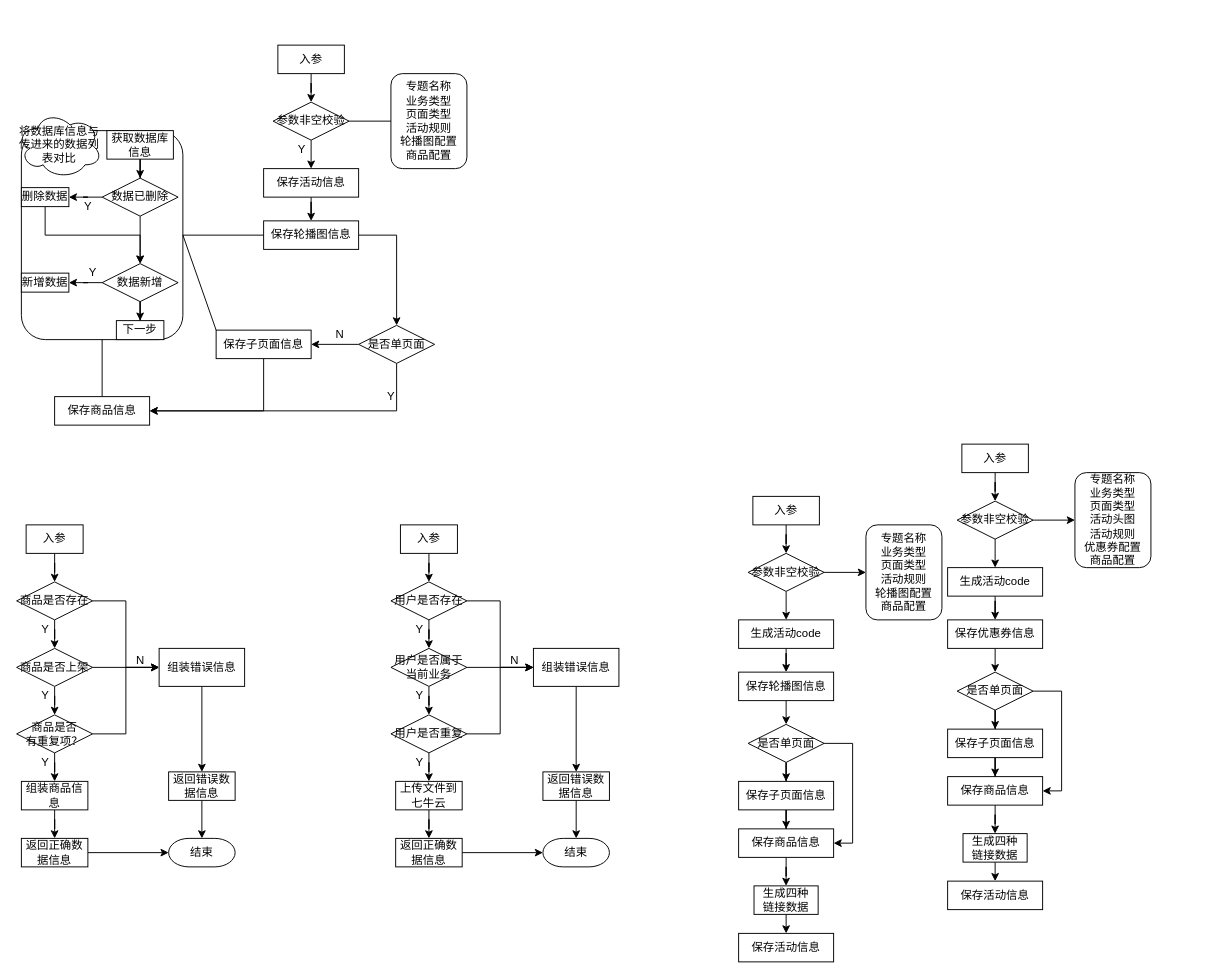
The draw.io diagram activityTheme.drawio in ppp-203/ppp-203, before the edit. Source tidied: cells renumbered, new cells numbered last; positions are measured from the earlier drawing's top-left corner, leaving out a move shared by most shapes. Both pictures are drawn from the tidied source at 95%, with x=0, y=0 at pixel (16, 45).
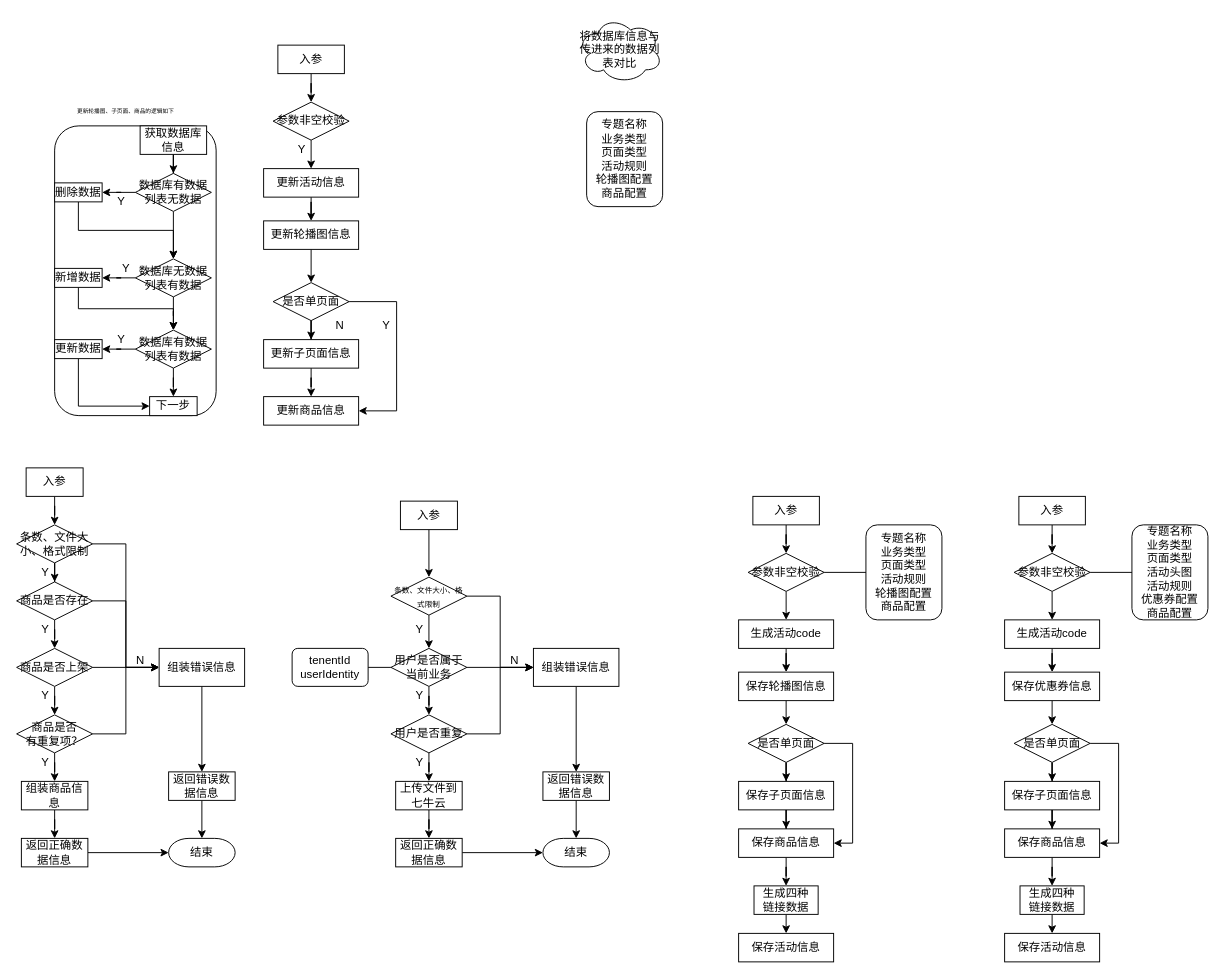
The same diagram, later.

Unchanged cells that the change refers to:
```xml
<mxCell id="3" value="参数非空校验" style="rhombus;whiteSpace=wrap;html=1;strokeWidth=1;" parent="1" vertex="1">
  <mxGeometry x="270" y="60" width="80" height="40" as="geometry" />
</mxCell>
<mxCell id="33" value="商品是否存在" style="rhombus;whiteSpace=wrap;html=1;strokeWidth=1;" parent="1" vertex="1">
  <mxGeometry y="565" width="80" height="40" as="geometry" />
</mxCell>
<mxCell id="46" value="组装错误信息" style="rounded=0;whiteSpace=wrap;html=1;strokeWidth=1;" parent="1" vertex="1">
  <mxGeometry x="150" y="635" width="90" height="40" as="geometry" />
</mxCell>
<mxCell id="56" value="参数非空校验" style="rhombus;whiteSpace=wrap;html=1;strokeWidth=1;" parent="1" vertex="1">
  <mxGeometry x="770" y="535" width="80" height="40" as="geometry" />
</mxCell>
<mxCell id="70" value="专题名称&lt;br&gt;业务类型&lt;br&gt;页面类型&lt;br&gt;活动规则&lt;br&gt;轮播图配置&lt;br&gt;商品配置" style="rounded=1;whiteSpace=wrap;html=1;strokeWidth=1;" parent="1" vertex="1">
  <mxGeometry x="894" y="505" width="80" height="100" as="geometry" />
</mxCell>
<mxCell id="111" value="用户是否属于当前业务" style="rhombus;whiteSpace=wrap;html=1;strokeWidth=1;" parent="1" vertex="1">
  <mxGeometry x="394" y="635" width="80" height="40" as="geometry" />
</mxCell>
<mxCell id="119" value="组装错误信息" style="rounded=0;whiteSpace=wrap;html=1;strokeWidth=1;" parent="1" vertex="1">
  <mxGeometry x="544" y="635" width="90" height="40" as="geometry" />
</mxCell>
```

The edit, as a diff of the source:
```diff
@@
-    <mxCell id="5" value="保存活动信息" style="rounded=0;whiteSpace=wrap;html=1;strokeWidth=1;" parent="1" vertex="1">
+    <mxCell id="5" value="更新活动信息" style="rounded=0;whiteSpace=wrap;html=1;strokeWidth=1;" parent="1" vertex="1">
       <mxGeometry x="260" y="130" width="100" height="30" as="geometry" />
     </mxCell>
-    <mxCell id="6" style="edgeStyle=orthogonalEdgeStyle;rounded=0;jettySize=auto;html=1;entryX=0.5;entryY=0;entryDx=0;entryDy=0;exitX=1;exitY=0.5;exitDx=0;exitDy=0;" parent="1" edge="1" source="7" target="22">
+    <mxCell id="6" style="edgeStyle=orthogonalEdgeStyle;rounded=0;jettySize=auto;html=1;entryX=0.5;entryY=0;entryDx=0;entryDy=0;exitX=0.5;exitY=1;exitDx=0;exitDy=0;" parent="1" edge="1" source="7" target="22">
       <mxGeometry relative="1" as="geometry" />
     </mxCell>
-    <mxCell id="7" value="保存轮播图信息" style="rounded=0;whiteSpace=wrap;html=1;strokeWidth=1;" parent="1" vertex="1">
+    <mxCell id="7" value="更新轮播图信息" style="rounded=0;whiteSpace=wrap;html=1;strokeWidth=1;" parent="1" vertex="1">
       <mxGeometry x="260" y="185" width="100" height="30" as="geometry" />
     </mxCell>
     <mxCell id="8" style="rounded=1;whiteSpace=wrap;html=1;strokeWidth=1;" parent="1" vertex="1">
-      <mxGeometry x="5" y="90" width="170" height="220" as="geometry" />
+      <mxGeometry x="40" y="85" width="170" height="305" as="geometry" />
     </mxCell>
@@
     <mxCell id="10" value="获取数据库信息" style="rounded=0;whiteSpace=wrap;html=1;strokeWidth=1;" parent="1" vertex="1">
-      <mxGeometry x="95" y="90" width="70" height="30" as="geometry" />
+      <mxGeometry x="130" y="85" width="70" height="30" as="geometry" />
     </mxCell>
@@
-    <mxCell id="13" value="数据已删除" style="rhombus;whiteSpace=wrap;html=1;strokeWidth=1;" parent="1" vertex="1">
-      <mxGeometry x="90" y="140" width="80" height="40" as="geometry" />
+    <mxCell id="13" value="数据库有数据&lt;br&gt;列表无数据" style="rhombus;whiteSpace=wrap;html=1;strokeWidth=1;" parent="1" vertex="1">
+      <mxGeometry x="125" y="135" width="80" height="40" as="geometry" />
     </mxCell>
@@
     <mxCell id="15" value="删除数据" style="rounded=0;whiteSpace=wrap;html=1;strokeWidth=1;" parent="1" vertex="1">
-      <mxGeometry x="5" y="150" width="50" height="20" as="geometry" />
+      <mxGeometry x="40" y="145" width="50" height="20" as="geometry" />
     </mxCell>
@@
-    <mxCell id="17" style="edgeStyle=orthogonalEdgeStyle;rounded=0;jettySize=auto;html=1;entryX=0.5;entryY=0;entryDx=0;entryDy=0;" parent="1" edge="1" source="18" target="97">
-      <mxGeometry relative="1" as="geometry" />
-    </mxCell>
+    <mxCell id="128" style="edgeStyle=orthogonalEdgeStyle;rounded=0;jettySize=auto;html=1;fontSize=6;" parent="1" edge="1" source="18" target="144">
+      <mxGeometry relative="1" as="geometry" />
+    </mxCell>
-    <mxCell id="18" value="数据新增" style="rhombus;whiteSpace=wrap;html=1;strokeWidth=1;" parent="1" vertex="1">
-      <mxGeometry x="90" y="230" width="80" height="40" as="geometry" />
+    <mxCell id="18" value="数据库无数据&lt;br&gt;列表有数据" style="rhombus;whiteSpace=wrap;html=1;strokeWidth=1;" parent="1" vertex="1">
+      <mxGeometry x="125" y="225" width="80" height="40" as="geometry" />
     </mxCell>
+    <mxCell id="129" style="edgeStyle=orthogonalEdgeStyle;rounded=0;jettySize=auto;html=1;entryX=0.5;entryY=0;entryDx=0;entryDy=0;fontSize=6;exitX=0.5;exitY=1;exitDx=0;exitDy=0;" parent="1" edge="1" source="19" target="144">
+      <mxGeometry relative="1" as="geometry" />
+    </mxCell>
     <mxCell id="19" value="新增数据" style="rounded=0;whiteSpace=wrap;html=1;strokeWidth=1;" parent="1" vertex="1">
-      <mxGeometry x="5" y="240" width="50" height="20" as="geometry" />
+      <mxGeometry x="40" y="235" width="50" height="20" as="geometry" />
     </mxCell>
-    <mxCell id="20" style="edgeStyle=orthogonalEdgeStyle;rounded=0;jettySize=auto;html=1;entryX=1;entryY=0.5;entryDx=0;entryDy=0;" parent="1" edge="1" source="22" target="23">
+    <mxCell id="20" style="edgeStyle=orthogonalEdgeStyle;rounded=0;jettySize=auto;html=1;exitX=1;exitY=0.5;exitDx=0;exitDy=0;entryX=1;entryY=0.5;entryDx=0;entryDy=0;" parent="1" edge="1" source="22" target="23">
       <mxGeometry relative="1" as="geometry">
         <Array as="points">
+          <mxPoint x="400" y="270" />
           <mxPoint x="400" y="385" />
         </Array>
       </mxGeometry>
     </mxCell>
-    <mxCell id="21" style="edgeStyle=orthogonalEdgeStyle;rounded=0;jettySize=auto;html=1;entryX=1;entryY=0.5;entryDx=0;entryDy=0;" parent="1" edge="1" source="22" target="25">
+    <mxCell id="21" style="edgeStyle=orthogonalEdgeStyle;rounded=0;jettySize=auto;html=1;entryX=0.5;entryY=0;entryDx=0;entryDy=0;" parent="1" edge="1" source="22" target="25">
       <mxGeometry relative="1" as="geometry" />
     </mxCell>
     <mxCell id="22" value="是否单页面" style="rhombus;whiteSpace=wrap;html=1;strokeWidth=1;" parent="1" vertex="1">
-      <mxGeometry x="360" y="295" width="80" height="40" as="geometry" />
+      <mxGeometry x="270" y="250" width="80" height="40" as="geometry" />
     </mxCell>
-    <mxCell id="23" value="保存商品信息" style="rounded=0;whiteSpace=wrap;html=1;strokeWidth=1;" parent="1" vertex="1">
-      <mxGeometry x="40" y="370" width="100" height="30" as="geometry" />
+    <mxCell id="23" value="更新商品信息" style="rounded=0;whiteSpace=wrap;html=1;strokeWidth=1;" parent="1" vertex="1">
+      <mxGeometry x="260" y="370" width="100" height="30" as="geometry" />
     </mxCell>
-    <mxCell id="24" style="edgeStyle=orthogonalEdgeStyle;rounded=0;jettySize=auto;html=1;entryX=1;entryY=0.5;entryDx=0;entryDy=0;exitX=0.5;exitY=1;exitDx=0;exitDy=0;" parent="1" edge="1" source="25" target="23">
+    <mxCell id="24" style="edgeStyle=orthogonalEdgeStyle;rounded=0;jettySize=auto;html=1;exitX=0.5;exitY=1;exitDx=0;exitDy=0;" parent="1" edge="1" source="25" target="23">
       <mxGeometry relative="1" as="geometry" />
     </mxCell>
-    <mxCell id="25" value="保存子页面信息" style="rounded=0;whiteSpace=wrap;html=1;strokeWidth=1;" parent="1" vertex="1">
-      <mxGeometry x="210" y="300" width="100" height="30" as="geometry" />
+    <mxCell id="25" value="更新子页面信息" style="rounded=0;whiteSpace=wrap;html=1;strokeWidth=1;" parent="1" vertex="1">
+      <mxGeometry x="260" y="310" width="100" height="30" as="geometry" />
     </mxCell>
     <mxCell id="26" value="将数据库信息与传进来的数据列表对比" style="ellipse;shape=cloud;whiteSpace=wrap;html=1;strokeWidth=1;" parent="1" vertex="1">
-      <mxGeometry y="70" width="90" height="70" as="geometry" />
+      <mxGeometry x="590" y="-30" width="90" height="70" as="geometry" />
     </mxCell>
-    <mxCell id="27" style="edgeStyle=orthogonalEdgeStyle;rounded=0;jettySize=auto;html=1;" parent="1" edge="1" source="28" target="33">
-      <mxGeometry relative="1" as="geometry" />
-    </mxCell>
+    <mxCell id="130" style="edgeStyle=orthogonalEdgeStyle;rounded=0;jettySize=auto;html=1;entryX=0.5;entryY=0;entryDx=0;entryDy=0;" parent="1" edge="1" source="28" target="136">
+      <mxGeometry relative="1" as="geometry" />
+    </mxCell>
     <mxCell id="28" value="入参" style="rounded=0;whiteSpace=wrap;html=1;strokeWidth=1;" parent="1" vertex="1">
-      <mxGeometry x="10" y="505" width="60" height="30" as="geometry" />
+      <mxGeometry x="10" y="445" width="60" height="30" as="geometry" />
     </mxCell>
@@
     <mxCell id="42" value="Y" style="text;html=1;align=center;verticalAlign=middle;strokeColor=none;fillColor=none;" parent="1" vertex="1">
-      <mxGeometry x="65" y="160" width="20" height="20" as="geometry" />
+      <mxGeometry x="100" y="155" width="20" height="20" as="geometry" />
     </mxCell>
     <mxCell id="43" value="Y" style="text;html=1;align=center;verticalAlign=middle;strokeColor=none;fillColor=none;" parent="1" vertex="1">
-      <mxGeometry x="70" y="230" width="20" height="20" as="geometry" />
+      <mxGeometry x="105" y="225" width="20" height="20" as="geometry" />
     </mxCell>
@@
     <mxCell id="51" value="专题名称&lt;br&gt;业务类型&lt;br&gt;页面类型&lt;br&gt;活动规则&lt;br&gt;轮播图配置&lt;br&gt;商品配置" style="rounded=1;whiteSpace=wrap;html=1;strokeWidth=1;" parent="1" vertex="1">
-      <mxGeometry x="394" y="30" width="80" height="100" as="geometry" />
+      <mxGeometry x="600" y="70" width="80" height="100" as="geometry" />
     </mxCell>
@@
-    <mxCell id="55" style="edgeStyle=orthogonalEdgeStyle;rounded=0;jettySize=auto;html=1;entryX=0;entryY=0.5;entryDx=0;entryDy=0;" parent="1" edge="1" source="56" target="70">
-      <mxGeometry relative="1" as="geometry" />
-    </mxCell>
@@
-    <mxCell id="77" style="edgeStyle=orthogonalEdgeStyle;rounded=0;jettySize=auto;html=1;entryX=0;entryY=0.5;entryDx=0;entryDy=0;" parent="1" edge="1" source="78" target="92">
-      <mxGeometry relative="1" as="geometry" />
-    </mxCell>
     <mxCell id="78" value="参数非空校验" style="rhombus;whiteSpace=wrap;html=1;strokeWidth=1;" parent="1" vertex="1">
-      <mxGeometry x="990" y="480" width="80" height="40" as="geometry" />
+      <mxGeometry x="1050" y="535" width="80" height="40" as="geometry" />
     </mxCell>
@@
     <mxCell id="80" value="生成活动code" style="rounded=0;whiteSpace=wrap;html=1;strokeWidth=1;" parent="1" vertex="1">
-      <mxGeometry x="980" y="550" width="100" height="30" as="geometry" />
+      <mxGeometry x="1040" y="605" width="100" height="30" as="geometry" />
     </mxCell>
@@
     <mxCell id="82" value="保存优惠券信息" style="rounded=0;whiteSpace=wrap;html=1;strokeWidth=1;" parent="1" vertex="1">
-      <mxGeometry x="980" y="605" width="100" height="30" as="geometry" />
+      <mxGeometry x="1040" y="660" width="100" height="30" as="geometry" />
     </mxCell>
@@
     <mxCell id="85" value="是否单页面" style="rhombus;whiteSpace=wrap;html=1;strokeWidth=1;" parent="1" vertex="1">
-      <mxGeometry x="990" y="660" width="80" height="40" as="geometry" />
+      <mxGeometry x="1050" y="715" width="80" height="40" as="geometry" />
     </mxCell>
@@
     <mxCell id="87" value="保存商品信息" style="rounded=0;whiteSpace=wrap;html=1;strokeWidth=1;" parent="1" vertex="1">
-      <mxGeometry x="980" y="770" width="100" height="30" as="geometry" />
+      <mxGeometry x="1040" y="825" width="100" height="30" as="geometry" />
     </mxCell>
@@
     <mxCell id="89" value="保存子页面信息" style="rounded=0;whiteSpace=wrap;html=1;strokeWidth=1;" parent="1" vertex="1">
-      <mxGeometry x="980" y="720" width="100" height="30" as="geometry" />
+      <mxGeometry x="1040" y="775" width="100" height="30" as="geometry" />
     </mxCell>
@@
     <mxCell id="91" value="入参" style="rounded=0;whiteSpace=wrap;html=1;strokeWidth=1;" parent="1" vertex="1">
-      <mxGeometry x="995" y="420" width="70" height="30" as="geometry" />
+      <mxGeometry x="1055" y="475" width="70" height="30" as="geometry" />
     </mxCell>
     <mxCell id="92" value="专题名称&lt;br&gt;业务类型&lt;br&gt;页面类型&lt;br&gt;活动头图&lt;br&gt;活动规则&lt;br&gt;优惠券配置&lt;br&gt;商品配置" style="rounded=1;whiteSpace=wrap;html=1;strokeWidth=1;" parent="1" vertex="1">
-      <mxGeometry x="1114" y="450" width="80" height="100" as="geometry" />
+      <mxGeometry x="1174" y="505" width="80" height="100" as="geometry" />
     </mxCell>
@@
     <mxCell id="94" value="生成四种&lt;br&gt;链接数据" style="rounded=0;whiteSpace=wrap;html=1;strokeWidth=1;" parent="1" vertex="1">
-      <mxGeometry x="996.2" y="830" width="67.5" height="30" as="geometry" />
+      <mxGeometry x="1056.2" y="885" width="67.5" height="30" as="geometry" />
     </mxCell>
     <mxCell id="95" value="保存活动信息" style="rounded=0;whiteSpace=wrap;html=1;strokeWidth=1;" parent="1" vertex="1">
-      <mxGeometry x="980" y="880" width="100" height="30" as="geometry" />
+      <mxGeometry x="1040" y="935" width="100" height="30" as="geometry" />
     </mxCell>
-    <mxCell id="96" style="endArrow=none;html=1;rounded=0;entryX=0;entryY=0.5;entryDx=0;entryDy=0;exitX=1;exitY=0.5;exitDx=0;exitDy=0;" parent="1" edge="1" source="8" target="7">
-      <mxGeometry relative="1" as="geometry" />
-    </mxCell>
-    <mxCell id="97" value="下一步" style="rounded=0;whiteSpace=wrap;html=1;strokeWidth=1;" parent="1" vertex="1">
-      <mxGeometry x="105" y="290" width="50" height="20" as="geometry" />
-    </mxCell>
-    <mxCell id="98" style="endArrow=none;html=1;rounded=0;exitX=1;exitY=0.5;exitDx=0;exitDy=0;entryX=0;entryY=0;entryDx=0;entryDy=0;" parent="1" edge="1" source="8" target="25">
-      <mxGeometry relative="1" as="geometry" />
-    </mxCell>
-    <mxCell id="99" style="endArrow=none;html=1;rounded=0;entryX=0.5;entryY=1;entryDx=0;entryDy=0;exitX=0.5;exitY=0;exitDx=0;exitDy=0;" parent="1" edge="1" source="23" target="8">
-      <mxGeometry relative="1" as="geometry" />
-    </mxCell>
     <mxCell id="100" value="Y" style="text;html=1;align=center;verticalAlign=middle;strokeColor=none;fillColor=none;" parent="1" vertex="1">
-      <mxGeometry x="384" y="360" width="20" height="20" as="geometry" />
+      <mxGeometry x="379" y="285" width="20" height="20" as="geometry" />
     </mxCell>
     <mxCell id="101" value="N" style="text;html=1;align=center;verticalAlign=middle;strokeColor=none;fillColor=none;" parent="1" vertex="1">
-      <mxGeometry x="330" y="295" width="20" height="20" as="geometry" />
+      <mxGeometry x="330" y="285" width="20" height="20" as="geometry" />
     </mxCell>
@@
-    <mxCell id="103" style="endArrow=none;html=1;rounded=0;entryX=0;entryY=0.5;entryDx=0;entryDy=0;exitX=1;exitY=0.5;exitDx=0;exitDy=0;" parent="1" edge="1" source="3" target="51">
-      <mxGeometry relative="1" as="geometry" />
-    </mxCell>
-    <mxCell id="104" style="edgeStyle=orthogonalEdgeStyle;rounded=0;jettySize=auto;html=1;" parent="1" edge="1" source="105" target="108">
-      <mxGeometry relative="1" as="geometry" />
-    </mxCell>
+    <mxCell id="131" style="edgeStyle=orthogonalEdgeStyle;rounded=0;jettySize=auto;html=1;entryX=0.5;entryY=0;entryDx=0;entryDy=0;" parent="1" edge="1" source="105" target="139">
+      <mxGeometry relative="1" as="geometry" />
+    </mxCell>
     <mxCell id="105" value="入参" style="rounded=0;whiteSpace=wrap;html=1;strokeWidth=1;" parent="1" vertex="1">
-      <mxGeometry x="404" y="505" width="60" height="30" as="geometry" />
+      <mxGeometry x="404" y="480" width="60" height="30" as="geometry" />
     </mxCell>
-    <mxCell id="106" style="edgeStyle=orthogonalEdgeStyle;rounded=0;jettySize=auto;html=1;" parent="1" edge="1" source="108" target="111">
-      <mxGeometry relative="1" as="geometry" />
-    </mxCell>
-    <mxCell id="107" style="edgeStyle=orthogonalEdgeStyle;rounded=0;jettySize=auto;html=1;entryX=0;entryY=0.5;entryDx=0;entryDy=0;" parent="1" edge="1" source="108" target="119">
-      <mxGeometry relative="1" as="geometry" />
-    </mxCell>
-    <mxCell id="108" value="用户是否存在" style="rhombus;whiteSpace=wrap;html=1;strokeWidth=1;" parent="1" vertex="1">
-      <mxGeometry x="394" y="565" width="80" height="40" as="geometry" />
-    </mxCell>
@@
+    <mxCell id="132" value="tenentId&lt;br&gt;userIdentity" style="rounded=1;whiteSpace=wrap;html=1;strokeWidth=1;" parent="1" vertex="1">
+      <mxGeometry x="290" y="635" width="80" height="40" as="geometry" />
+    </mxCell>
+    <mxCell id="133" style="endArrow=none;html=1;rounded=0;entryX=0;entryY=0.5;entryDx=0;entryDy=0;exitX=1;exitY=0.5;exitDx=0;exitDy=0;" parent="1" edge="1" source="132" target="111">
+      <mxGeometry relative="1" as="geometry" />
+    </mxCell>
+    <mxCell id="77" style="endArrow=none;html=1;rounded=0;exitX=1;exitY=0.5;exitDx=0;exitDy=0;entryX=0;entryY=0.5;entryDx=0;entryDy=0;" parent="1" edge="1" source="78" target="92">
+      <mxGeometry relative="1" as="geometry" />
+    </mxCell>
+    <mxCell id="55" style="endArrow=none;html=1;rounded=0;exitX=1;exitY=0.5;exitDx=0;exitDy=0;entryX=0;entryY=0.5;entryDx=0;entryDy=0;" parent="1" edge="1" source="56" target="70">
+      <mxGeometry relative="1" as="geometry" />
+    </mxCell>
+    <mxCell id="134" style="edgeStyle=orthogonalEdgeStyle;rounded=0;jettySize=auto;html=1;entryX=0.5;entryY=0;entryDx=0;entryDy=0;" parent="1" edge="1" source="136" target="33">
+      <mxGeometry relative="1" as="geometry" />
+    </mxCell>
+    <mxCell id="135" style="edgeStyle=orthogonalEdgeStyle;rounded=0;jettySize=auto;html=1;entryX=0;entryY=0.5;entryDx=0;entryDy=0;" parent="1" edge="1" source="136" target="46">
+      <mxGeometry relative="1" as="geometry" />
+    </mxCell>
+    <mxCell id="136" value="条数、文件大小、格式限制" style="rhombus;whiteSpace=wrap;html=1;strokeWidth=1;" parent="1" vertex="1">
+      <mxGeometry y="505" width="80" height="40" as="geometry" />
+    </mxCell>
+    <mxCell id="137" style="edgeStyle=orthogonalEdgeStyle;rounded=0;jettySize=auto;html=1;" parent="1" edge="1" source="139" target="111">
+      <mxGeometry relative="1" as="geometry">
+        <Array as="points">
+          <mxPoint x="434" y="630" />
+          <mxPoint x="434" y="630" />
+        </Array>
+      </mxGeometry>
+    </mxCell>
+    <mxCell id="138" style="edgeStyle=orthogonalEdgeStyle;rounded=0;jettySize=auto;html=1;exitX=1;exitY=0.5;exitDx=0;exitDy=0;entryX=0;entryY=0.5;entryDx=0;entryDy=0;" parent="1" edge="1" source="139" target="119">
+      <mxGeometry relative="1" as="geometry" />
+    </mxCell>
+    <mxCell id="139" value="&lt;span style=&quot;font-size: 8px&quot;&gt;条数、文件大小、格式限制&lt;/span&gt;" style="rhombus;whiteSpace=wrap;html=1;strokeWidth=1;" parent="1" vertex="1">
+      <mxGeometry x="394" y="560" width="80" height="40" as="geometry" />
+    </mxCell>
+    <mxCell id="140" value="Y" style="text;html=1;align=center;verticalAlign=middle;strokeColor=none;fillColor=none;" parent="1" vertex="1">
+      <mxGeometry x="20" y="545" width="20" height="20" as="geometry" />
+    </mxCell>
+    <mxCell id="141" value="更新轮播图、子页面、商品的逻辑如下" style="text;html=1;strokeColor=none;fillColor=none;align=center;verticalAlign=middle;whiteSpace=wrap;rounded=0;fontSize=6;" parent="1" vertex="1">
+      <mxGeometry x="55" y="55" width="120" height="30" as="geometry" />
+    </mxCell>
+    <mxCell id="142" style="edgeStyle=orthogonalEdgeStyle;rounded=0;jettySize=auto;html=1;entryX=1;entryY=0.5;entryDx=0;entryDy=0;fontSize=6;" parent="1" edge="1" source="144" target="146">
+      <mxGeometry relative="1" as="geometry" />
+    </mxCell>
+    <mxCell id="143" style="edgeStyle=orthogonalEdgeStyle;rounded=0;jettySize=auto;html=1;entryX=0.5;entryY=0;entryDx=0;entryDy=0;fontSize=6;" parent="1" edge="1" source="144" target="97">
+      <mxGeometry relative="1" as="geometry" />
+    </mxCell>
+    <mxCell id="144" value="数据库有数据&lt;br&gt;列表有数据" style="rhombus;whiteSpace=wrap;html=1;strokeWidth=1;" parent="1" vertex="1">
+      <mxGeometry x="125" y="300" width="80" height="40" as="geometry" />
+    </mxCell>
+    <mxCell id="145" style="edgeStyle=orthogonalEdgeStyle;rounded=0;jettySize=auto;html=1;entryX=0;entryY=0.5;entryDx=0;entryDy=0;fontSize=6;exitX=0.5;exitY=1;exitDx=0;exitDy=0;" parent="1" edge="1" source="146" target="97">
+      <mxGeometry relative="1" as="geometry" />
+    </mxCell>
+    <mxCell id="146" value="更新数据" style="rounded=0;whiteSpace=wrap;html=1;strokeWidth=1;" parent="1" vertex="1">
+      <mxGeometry x="40" y="310" width="50" height="20" as="geometry" />
+    </mxCell>
+    <mxCell id="147" value="Y" style="text;html=1;align=center;verticalAlign=middle;strokeColor=none;fillColor=none;" parent="1" vertex="1">
+      <mxGeometry x="100" y="300" width="20" height="20" as="geometry" />
+    </mxCell>
+    <mxCell id="97" value="下一步" style="rounded=0;whiteSpace=wrap;html=1;strokeWidth=1;" parent="1" vertex="1">
+      <mxGeometry x="140" y="370" width="50" height="20" as="geometry" />
+    </mxCell>
```
